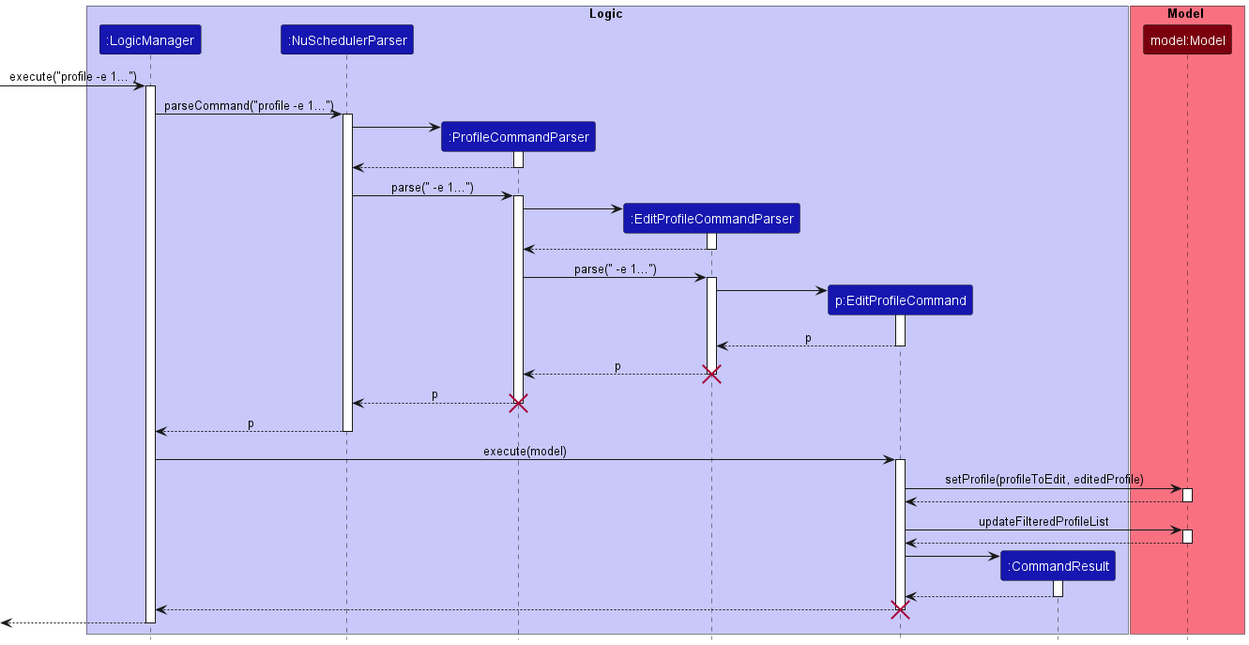
Above: docs/images/commands/EditProfileCommandSequenceDiagram.png in nus-cs2103-AY2223S1/tp (PlantUML), before the change.
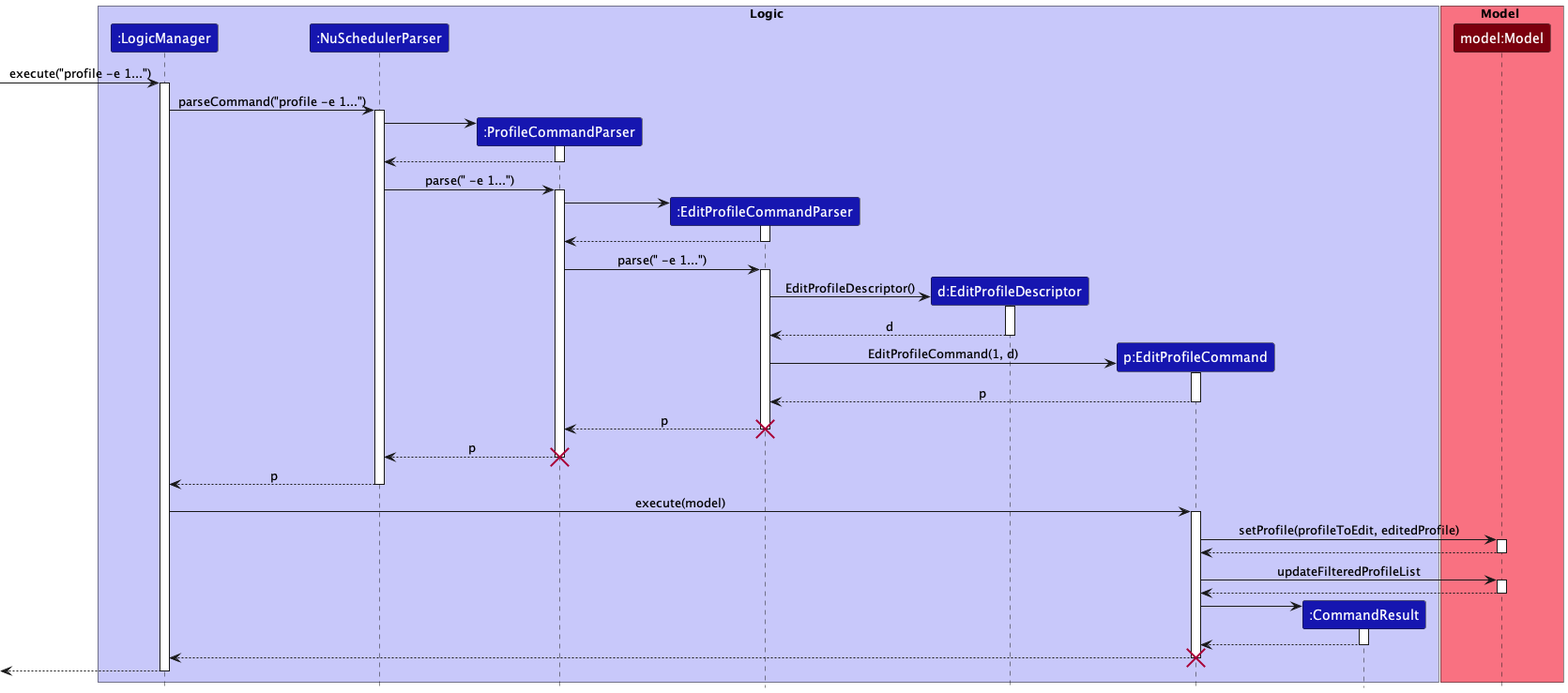
The same diagram one commit later.

The edit, as a diff of the source:
```diff
@@ -6,6 +6,7 @@
 Participant ":NuSchedulerParser" as nuSchedulerParser LOGIC_COLOR_T3
 Participant ":ProfileCommandParser" as profileCommandParser LOGIC_COLOR_T3
 Participant ":EditProfileCommandParser" as editProfileCommandParser LOGIC_COLOR_T3
+Participant "d:EditProfileDescriptor" as editProfileDescriptor LOGIC_COLOR_T3
 Participant "p:EditProfileCommand" as editProfileCommand LOGIC_COLOR_T3
 Participant ":CommandResult" as commandResult LOGIC_COLOR_T3
 endBox
@@ -27,8 +28,12 @@
 return
 profileCommandParser -> editProfileCommandParser ++: parse(" -e 1...")
 
+create editProfileDescriptor
+editProfileCommandParser -> editProfileDescriptor ++: EditProfileDescriptor()
+return d
+
 create editProfileCommand
-editProfileCommandParser -> editProfileCommand ++
+editProfileCommandParser -> editProfileCommand ++: EditProfileCommand(1, d)
 return p
 return p
 destroy editProfileCommandParser
```
